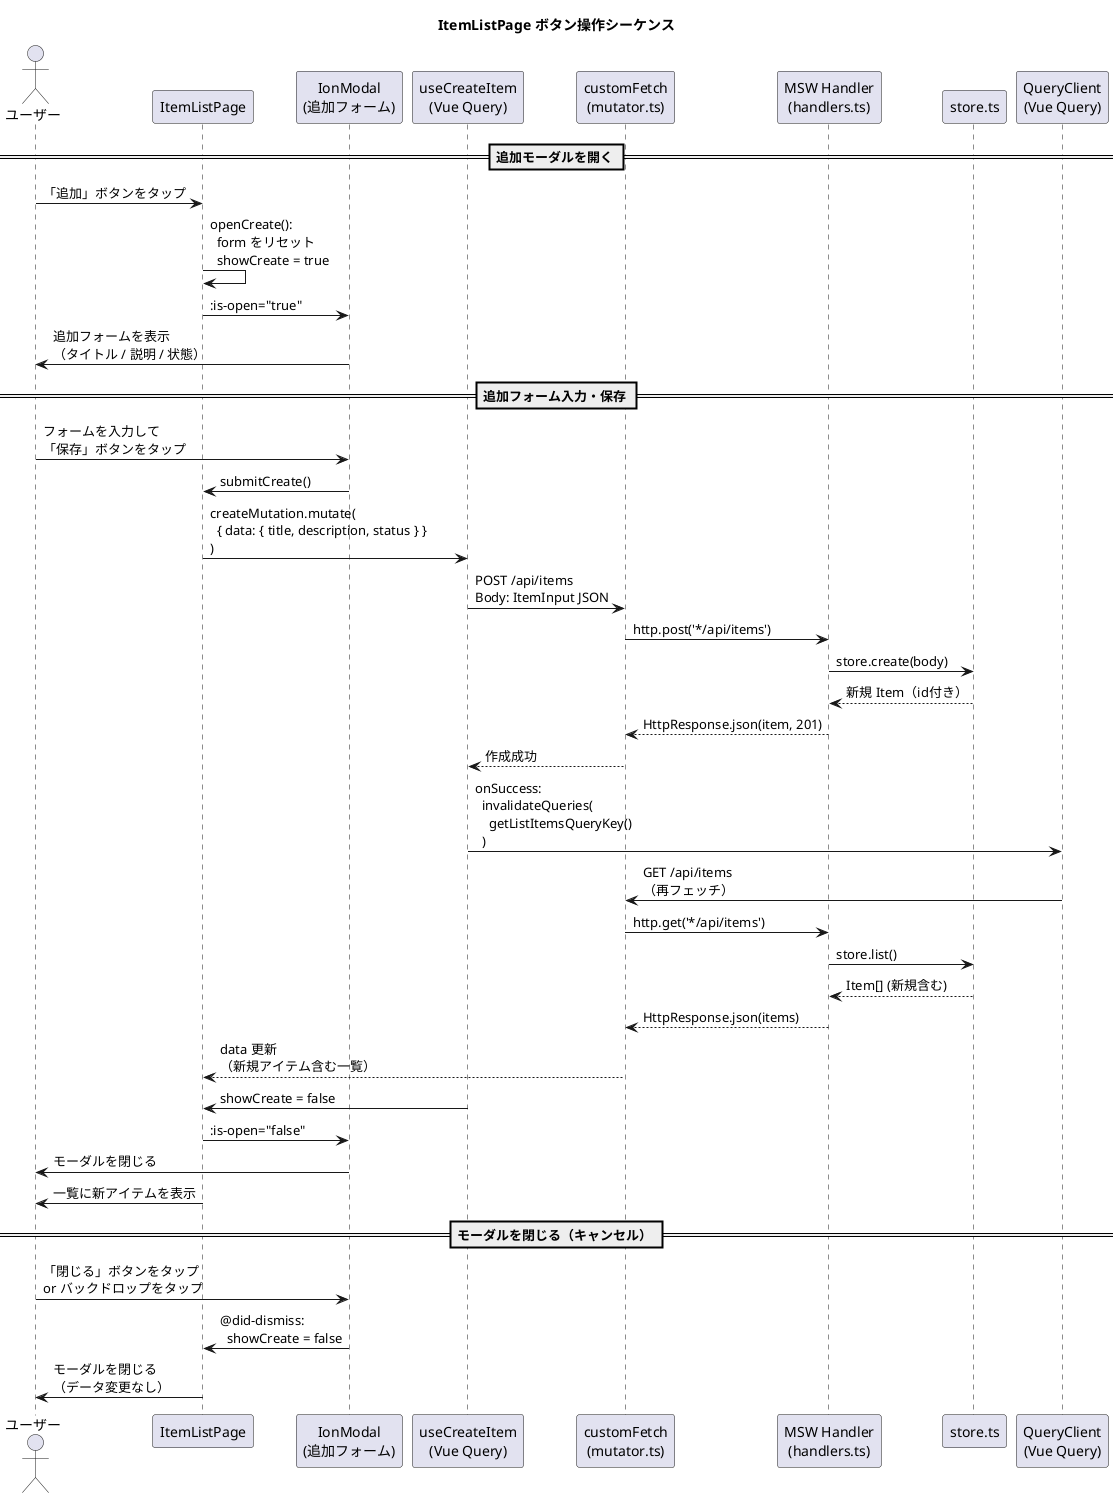
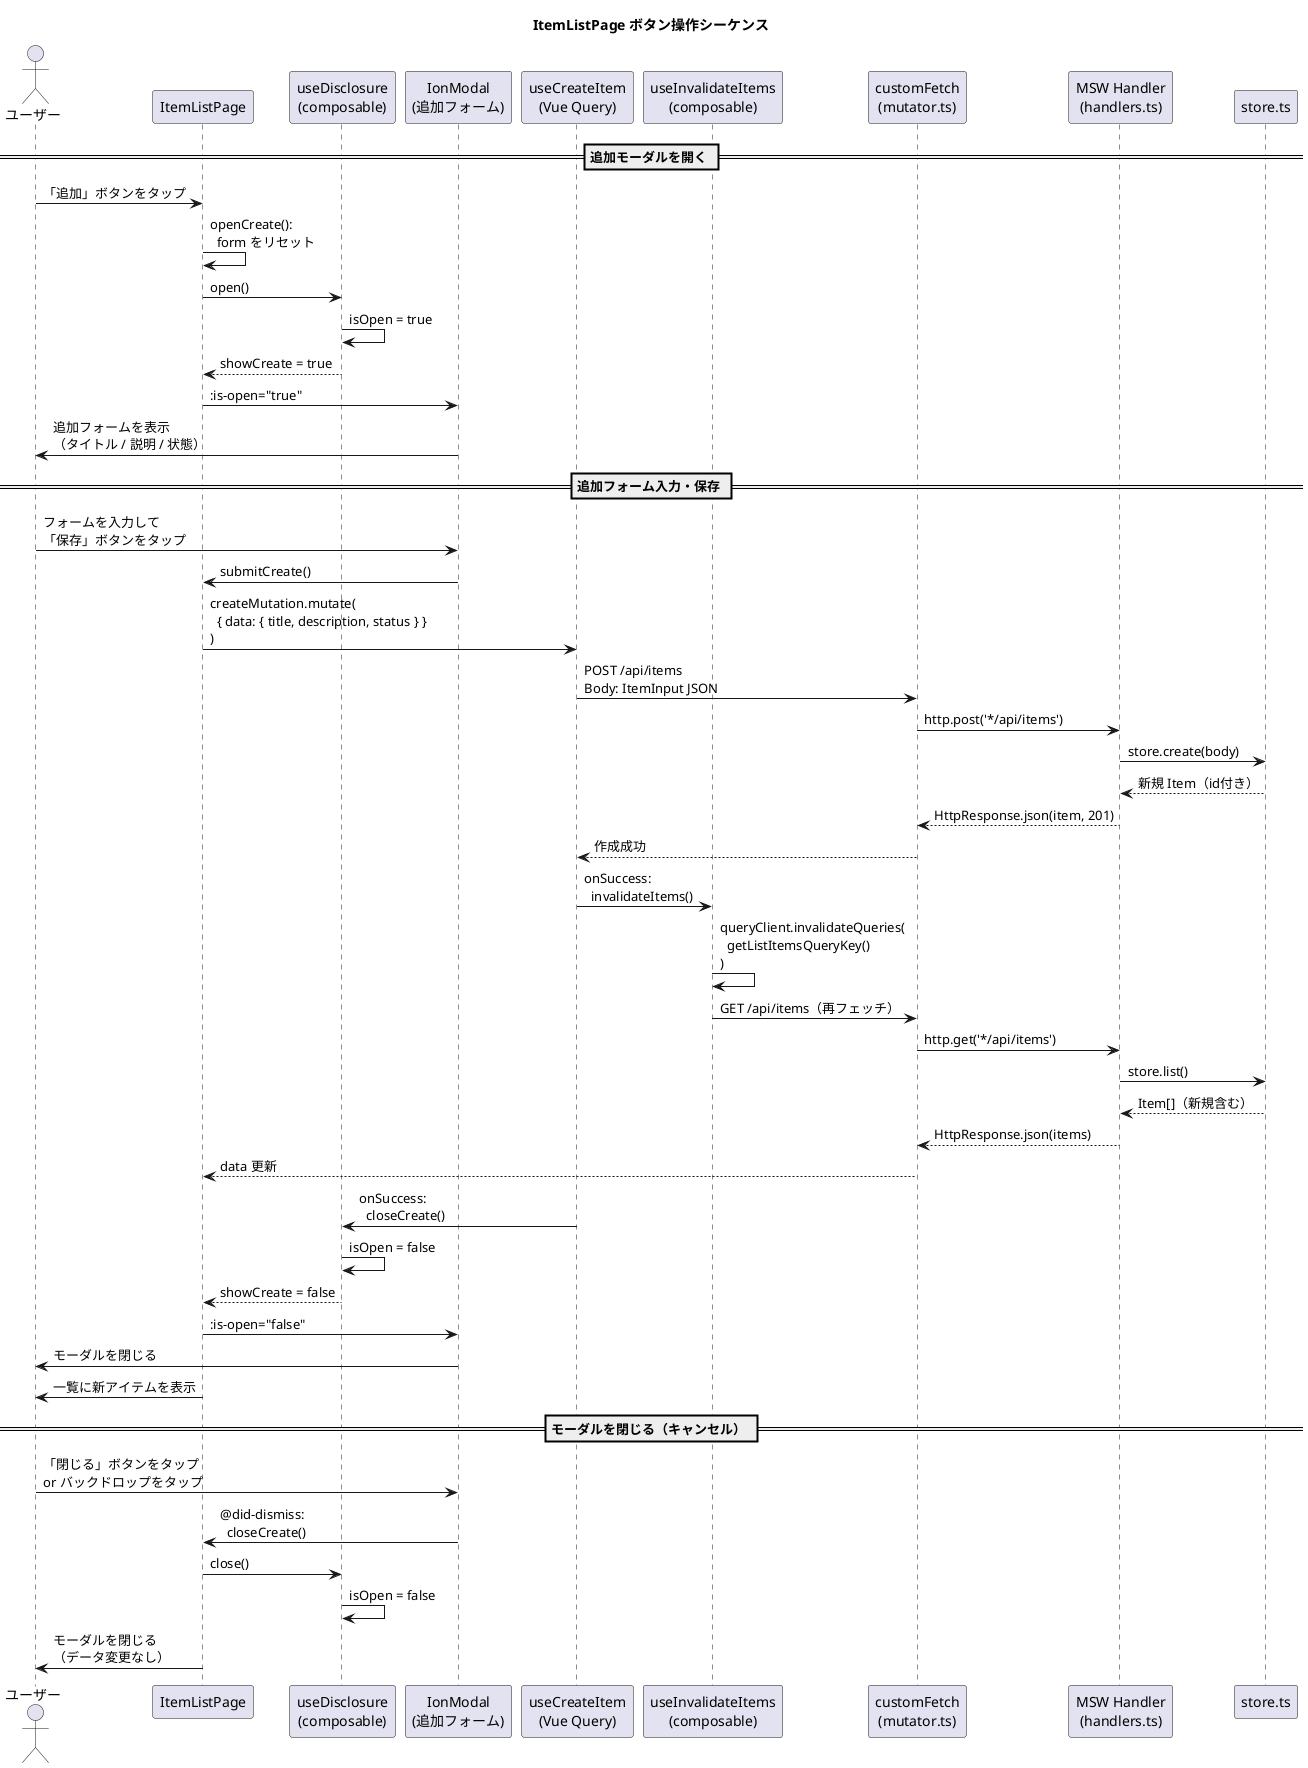
@startuml seq-item-list-operations
title ItemListPage ボタン操作シーケンス

actor "ユーザー" as User
participant "ItemListPage" as Page
+ participant "useDisclosure\n(composable)" as Disclosure
participant "IonModal\n(追加フォーム)" as Modal
participant "useCreateItem\n(Vue Query)" as Mutation
+ participant "useInvalidateItems\n(composable)" as Invalidate
participant "customFetch\n(mutator.ts)" as Fetch
participant "MSW Handler\n(handlers.ts)" as Handler
participant "store.ts" as Store
- participant "QueryClient\n(Vue Query)" as QC

== 追加モーダルを開く ==

User -> Page : 「追加」ボタンをタップ
- Page -> Page : openCreate():\n  form をリセット\n  showCreate = true
+ Page -> Page : openCreate():\n  form をリセット
+ Page -> Disclosure : open()
+ Disclosure -> Disclosure : isOpen = true
+ Disclosure --> Page : showCreate = true
Page -> Modal : :is-open="true"
Modal -> User : 追加フォームを表示\n（タイトル / 説明 / 状態）

== 追加フォーム入力・保存 ==

User -> Modal : フォームを入力して\n「保存」ボタンをタップ
Modal -> Page : submitCreate()
Page -> Mutation : createMutation.mutate(\n  { data: { title, description, status } }\n)
Mutation -> Fetch : POST /api/items\nBody: ItemInput JSON
Fetch -> Handler : http.post('*/api/items')
Handler -> Store : store.create(body)
Store --> Handler : 新規 Item（id付き）
Handler --> Fetch : HttpResponse.json(item, 201)
Fetch --> Mutation : 作成成功

- Mutation -> QC : onSuccess:\n  invalidateQueries(\n    getListItemsQueryKey()\n  )
- QC -> Fetch : GET /api/items\n（再フェッチ）
+ Mutation -> Invalidate : onSuccess:\n  invalidateItems()
+ Invalidate -> Invalidate : queryClient.invalidateQueries(\n  getListItemsQueryKey()\n)
+ Invalidate -> Fetch : GET /api/items（再フェッチ）
Fetch -> Handler : http.get('*/api/items')
Handler -> Store : store.list()
- Store --> Handler : Item[] (新規含む)
+ Store --> Handler : Item[]（新規含む）
Handler --> Fetch : HttpResponse.json(items)
- Fetch --> Page : data 更新\n（新規アイテム含む一覧）
+ Fetch --> Page : data 更新

- Mutation -> Page : showCreate = false
+ Mutation -> Disclosure : onSuccess:\n  closeCreate()
+ Disclosure -> Disclosure : isOpen = false
+ Disclosure --> Page : showCreate = false
Page -> Modal : :is-open="false"
Modal -> User : モーダルを閉じる
Page -> User : 一覧に新アイテムを表示

== モーダルを閉じる（キャンセル） ==

User -> Modal : 「閉じる」ボタンをタップ\nor バックドロップをタップ
- Modal -> Page : @did-dismiss:\n  showCreate = false
+ Modal -> Page : @did-dismiss:\n  closeCreate()
+ Page -> Disclosure : close()
+ Disclosure -> Disclosure : isOpen = false
Page -> User : モーダルを閉じる\n（データ変更なし）

@enduml
